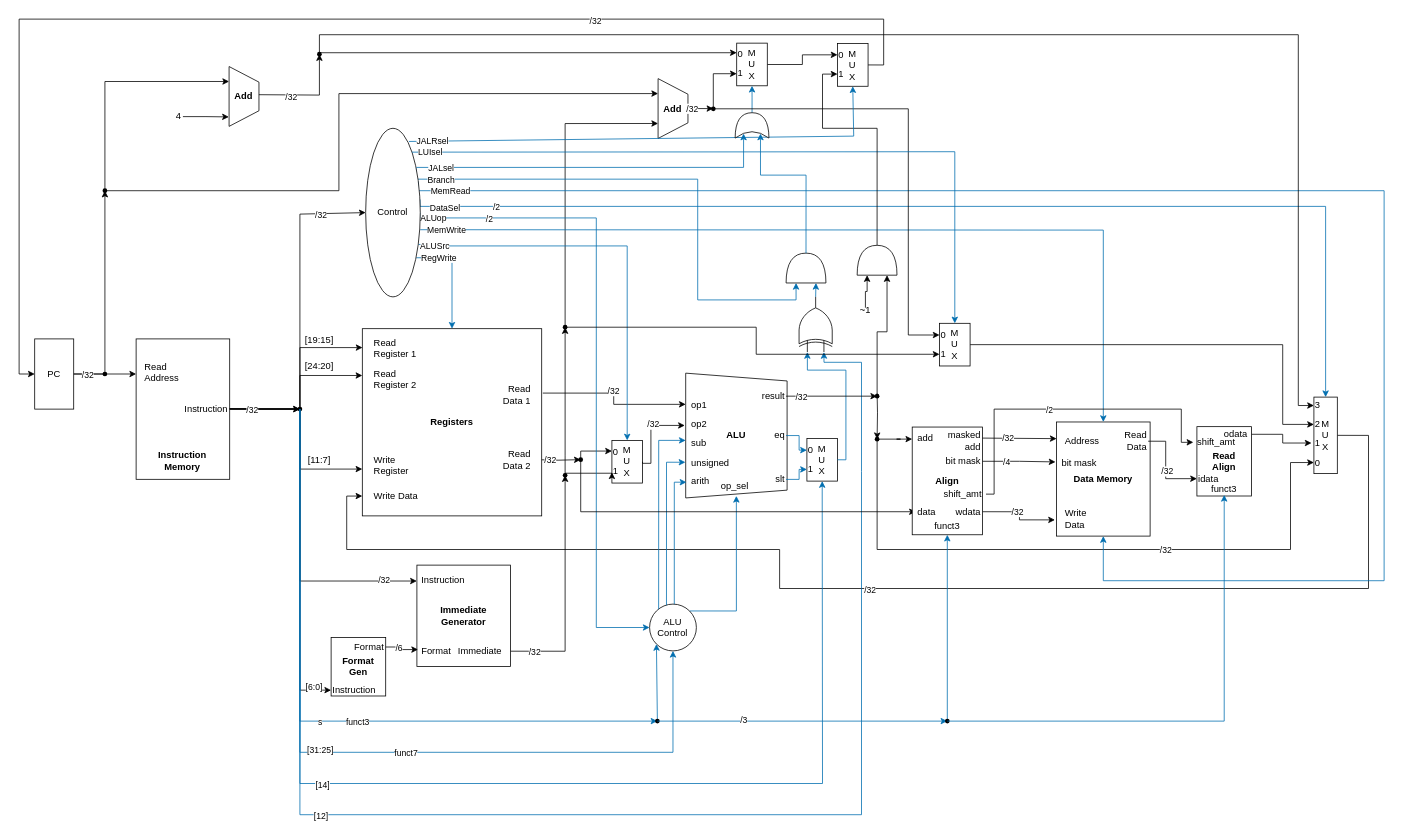
Above: Schematic.drawio in Vohihoin/riscv32i-arch-course-starter-fa26 (draw.io), before the change. Source tidied: cells renumbered, new cells numbered last; positions are measured from the earlier drawing's top-left corner, leaving out a move shared by most shapes. Both pictures are drawn from the tidied source at 78%, with x=0, y=0 at pixel (19, 19).
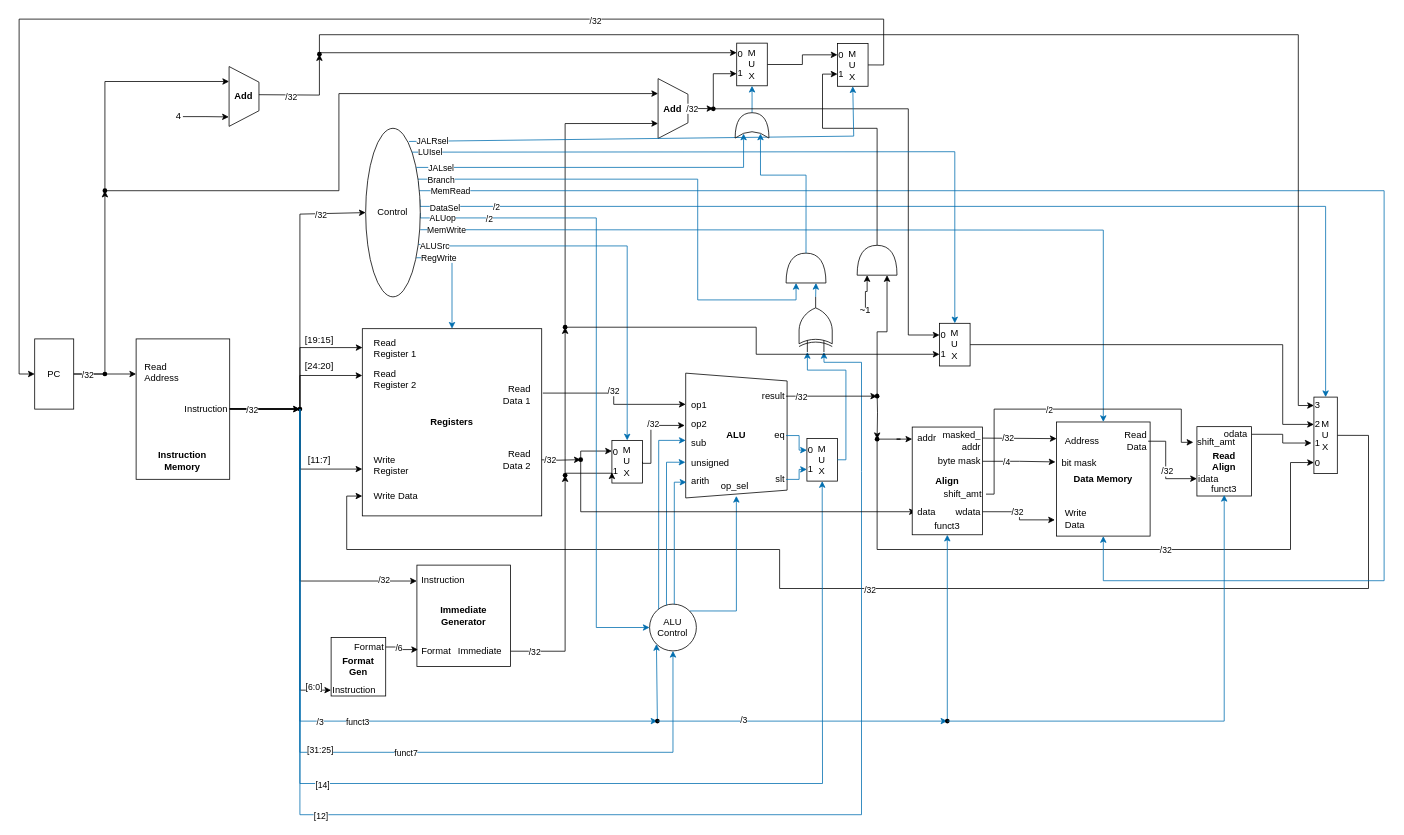
The same page after the edit.

Unchanged cells that the change refers to:
```xml
<mxCell id="101" style="edgeStyle=orthogonalEdgeStyle;rounded=0;jettySize=auto;html=1;exitX=1;exitY=0.5;exitDx=0;exitDy=0;entryX=0;entryY=0.5;entryDx=0;entryDy=0;fillColor=#1ba1e2;strokeColor=#006EAF;" parent="1" edge="1" source="117" target="100">
  <mxGeometry x="-0.79" relative="1" as="geometry">
    <Array as="points">
      <mxPoint x="740" y="254.9" />
      <mxPoint x="740" y="780" />
    </Array>
  </mxGeometry>
</mxCell>
<mxCell id="166" style="endArrow=classic;html=1;rounded=0;entryDx=0;entryDy=0;fillColor=#1ba1e2;strokeColor=#006EAF;exitX=0.433;exitY=0.296;exitDx=0;exitDy=0;exitPerimeter=0;" parent="1" edge="1" source="77" target="170">
  <mxGeometry x="0.38" relative="1" as="geometry">
    <Array as="points">
      <mxPoint x="360" y="900" />
    </Array>
  </mxGeometry>
</mxCell>
<mxCell id="203" style="group;" parent="1" vertex="1">
  <mxGeometry x="1145" y="523" width="94.6" height="142.2" as="geometry" />
</mxCell>
```

Diff of the diagram source:
```diff
@@
     <mxCell id="102" value="ALUop" style="edgeLabel;html=1;align=center;verticalAlign=middle;" parent="101" vertex="1">
       <mxGeometry x="-0.96" relative="1" as="geometry">
-        <mxPoint x="6" as="offset" />
+        <mxPoint x="18" as="offset" />
       </mxGeometry>
     </mxCell>
@@
-    <mxCell id="167" value="s" style="edgeLabel;html=1;align=center;verticalAlign=middle;" parent="166" vertex="1">
+    <mxCell id="167" value="/3" style="edgeLabel;html=1;align=center;verticalAlign=middle;" parent="166" vertex="1">
       <mxGeometry x="-0.11" y="2" relative="1" as="geometry">
         <mxPoint x="23" y="18" as="offset" />
       </mxGeometry>
     </mxCell>
@@
-    <mxCell id="205" value="add" style="text;html=1;whiteSpace=wrap;strokeColor=none;fillColor=none;align=left;verticalAlign=middle;rounded=0;" parent="203" vertex="1">
+    <mxCell id="205" value="addr" style="text;html=1;whiteSpace=wrap;strokeColor=none;fillColor=none;align=left;verticalAlign=middle;rounded=0;" parent="203" vertex="1">
       <mxGeometry x="4.6" y="0.7" width="55.4" height="26.3" as="geometry" />
     </mxCell>
-    <mxCell id="206" value="masked&lt;br&gt;add" style="text;html=1;whiteSpace=wrap;strokeColor=none;fillColor=none;align=right;verticalAlign=middle;rounded=0;" parent="203" vertex="1">
+    <mxCell id="206" value="masked_&lt;br&gt;addr" style="text;html=1;whiteSpace=wrap;strokeColor=none;fillColor=none;align=right;verticalAlign=middle;rounded=0;" parent="203" vertex="1">
       <mxGeometry x="34.6" y="4.6" width="55.4" height="26.3" as="geometry" />
     </mxCell>
@@
-    <mxCell id="209" value="bit mask" style="text;html=1;whiteSpace=wrap;strokeColor=none;fillColor=none;align=right;verticalAlign=middle;rounded=0;" parent="203" vertex="1">
+    <mxCell id="209" value="byte mask" style="text;html=1;whiteSpace=wrap;strokeColor=none;fillColor=none;align=right;verticalAlign=middle;rounded=0;" parent="203" vertex="1">
       <mxGeometry x="30" y="28.9" width="60" height="30" as="geometry" />
     </mxCell>
```
